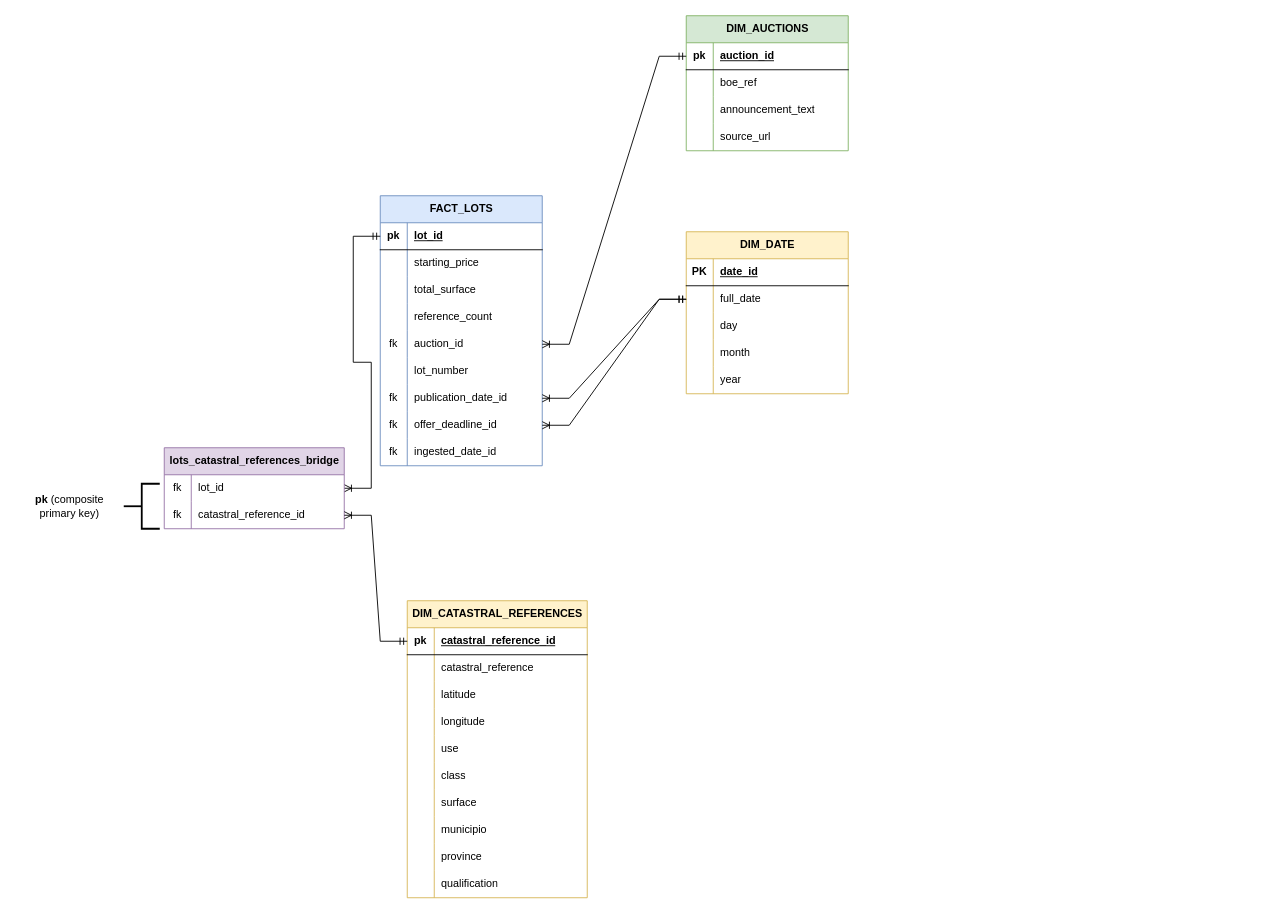
Before: data_modeling/OLAP/3.gold/E-R.drawio in MiguelDonado/subastas_analytics, a draw.io diagram. Source tidied: cells renumbered, new cells numbered last; positions are measured from the earlier drawing's top-left corner, leaving out a move shared by most shapes. Both pictures are drawn from the tidied source at 90%, with x=0, y=0 at pixel (15, 15).
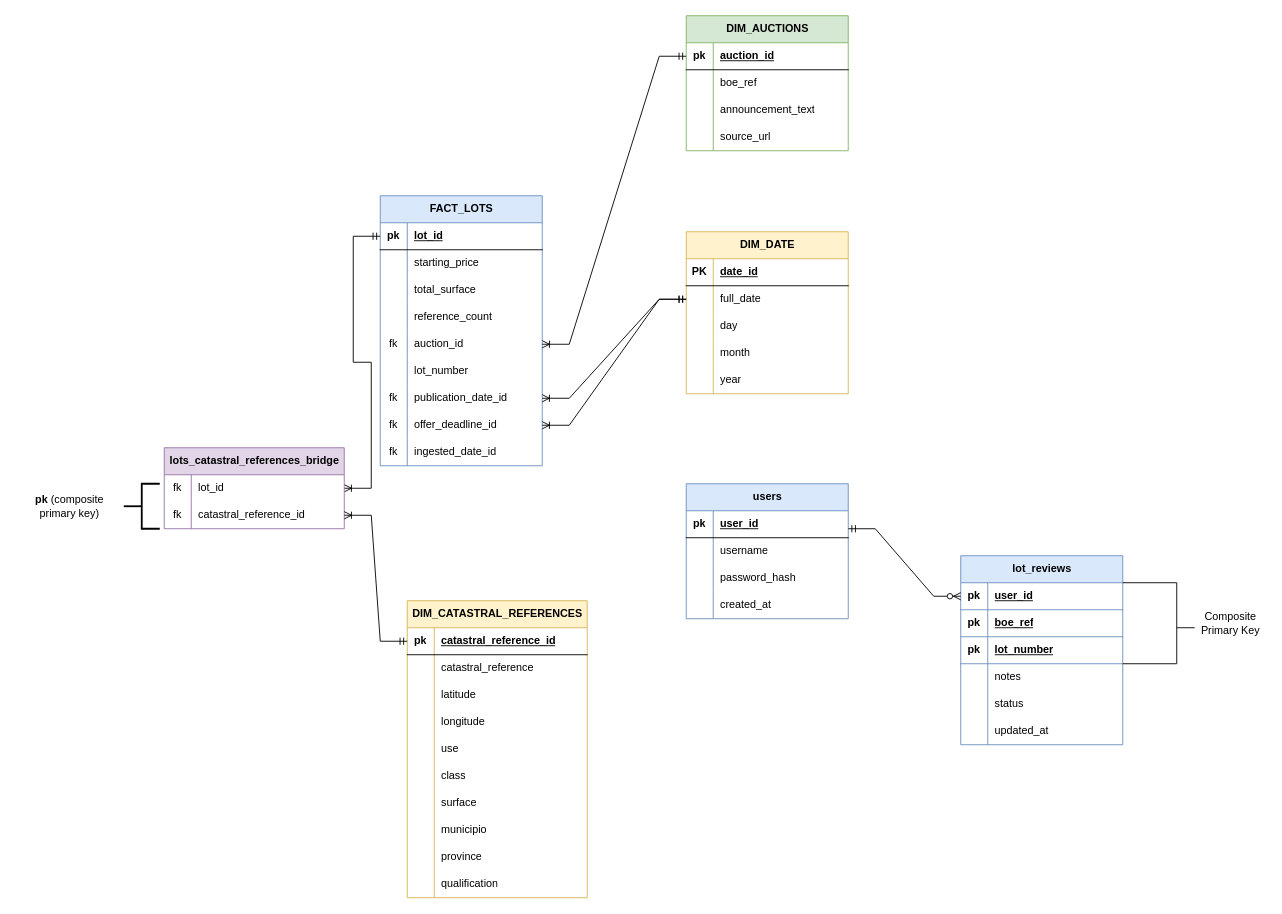
The same diagram, later.

Commit message (it also covers changes not shown here):
add a status column to lot reviews, interested or discarded

Change to the diagram source:
```diff
@@
+    <mxCell id="104" value="users" style="shape=table;startSize=30;childLayout=tableLayout;rowLines=0;fontStyle=1;align=center;html=1;fillColor=#dae8fc;strokeColor=#6c8ebf;" parent="1" vertex="1">
+      <mxGeometry x="745" y="520" width="180" height="150" as="geometry" />
+    </mxCell>
+    <mxCell id="105" style="shape=tableRow;horizontal=0;startSize=0;swimlaneHead=0;swimlaneBody=0;fillColor=none;top=0;left=0;right=0;bottom=1;" parent="104" vertex="1">
+      <mxGeometry y="30" width="180" height="30" as="geometry" />
+    </mxCell>
+    <mxCell id="106" value="pk" style="shape=partialRectangle;fillColor=none;top=0;left=0;bottom=0;right=0;fontStyle=1;overflow=hidden;whiteSpace=wrap;html=1;" parent="105" vertex="1">
+      <mxGeometry width="30" height="30" as="geometry" />
+    </mxCell>
+    <mxCell id="107" value="user_id" style="shape=partialRectangle;fillColor=none;top=0;left=0;bottom=0;right=0;align=left;spacingLeft=6;fontStyle=5;overflow=hidden;whiteSpace=wrap;html=1;" parent="105" vertex="1">
+      <mxGeometry x="30" width="150" height="30" as="geometry" />
+    </mxCell>
+    <mxCell id="108" style="shape=tableRow;horizontal=0;startSize=0;swimlaneHead=0;swimlaneBody=0;fillColor=none;top=0;left=0;right=0;bottom=0;" parent="104" vertex="1">
+      <mxGeometry y="60" width="180" height="30" as="geometry" />
+    </mxCell>
+    <mxCell id="109" style="shape=partialRectangle;fillColor=none;top=0;left=0;bottom=0;right=0;overflow=hidden;whiteSpace=wrap;html=1;" parent="108" vertex="1">
+      <mxGeometry width="30" height="30" as="geometry" />
+    </mxCell>
+    <mxCell id="110" value="username" style="shape=partialRectangle;fillColor=none;top=0;left=0;bottom=0;right=0;align=left;spacingLeft=6;overflow=hidden;whiteSpace=wrap;html=1;" parent="108" vertex="1">
+      <mxGeometry x="30" width="150" height="30" as="geometry" />
+    </mxCell>
+    <mxCell id="111" style="shape=tableRow;horizontal=0;startSize=0;swimlaneHead=0;swimlaneBody=0;fillColor=none;top=0;left=0;right=0;bottom=0;" parent="104" vertex="1">
+      <mxGeometry y="90" width="180" height="30" as="geometry" />
+    </mxCell>
+    <mxCell id="112" style="shape=partialRectangle;fillColor=none;top=0;left=0;bottom=0;right=0;overflow=hidden;whiteSpace=wrap;html=1;" parent="111" vertex="1">
+      <mxGeometry width="30" height="30" as="geometry" />
+    </mxCell>
+    <mxCell id="113" value="password_hash" style="shape=partialRectangle;fillColor=none;top=0;left=0;bottom=0;right=0;align=left;spacingLeft=6;overflow=hidden;whiteSpace=wrap;html=1;" parent="111" vertex="1">
+      <mxGeometry x="30" width="150" height="30" as="geometry" />
+    </mxCell>
+    <mxCell id="114" style="shape=tableRow;horizontal=0;startSize=0;swimlaneHead=0;swimlaneBody=0;fillColor=none;top=0;left=0;right=0;bottom=0;" parent="104" vertex="1">
+      <mxGeometry y="120" width="180" height="30" as="geometry" />
+    </mxCell>
+    <mxCell id="115" style="shape=partialRectangle;fillColor=none;top=0;left=0;bottom=0;right=0;overflow=hidden;whiteSpace=wrap;html=1;" parent="114" vertex="1">
+      <mxGeometry width="30" height="30" as="geometry" />
+    </mxCell>
+    <mxCell id="116" value="created_at" style="shape=partialRectangle;fillColor=none;top=0;left=0;bottom=0;right=0;align=left;spacingLeft=6;overflow=hidden;whiteSpace=wrap;html=1;" parent="114" vertex="1">
+      <mxGeometry x="30" width="150" height="30" as="geometry" />
+    </mxCell>
+    <mxCell id="117" value="lot_reviews" style="shape=table;startSize=30;childLayout=tableLayout;rowLines=0;fontStyle=1;align=center;html=1;fillColor=#dae8fc;strokeColor=#6c8ebf;" parent="1" vertex="1">
+      <mxGeometry x="1050" y="600" width="180" height="210" as="geometry" />
+    </mxCell>
+    <mxCell id="118" style="shape=tableRow;horizontal=0;startSize=0;swimlaneHead=0;swimlaneBody=0;fillColor=none;points=[[0,0.5],[1,0.5]];portConstraint=eastwest;top=0;left=0;right=0;bottom=1;strokeColor=inherit;" parent="117" vertex="1">
+      <mxGeometry y="30" width="180" height="30" as="geometry" />
+    </mxCell>
+    <mxCell id="119" value="pk" style="shape=partialRectangle;fillColor=none;top=0;left=0;bottom=0;right=0;fontStyle=1;overflow=hidden;whiteSpace=wrap;html=1;" parent="118" vertex="1">
+      <mxGeometry width="30" height="30" as="geometry" />
+    </mxCell>
+    <mxCell id="120" value="user_id" style="shape=partialRectangle;fillColor=none;top=0;left=0;bottom=0;right=0;align=left;spacingLeft=6;fontStyle=5;overflow=hidden;whiteSpace=wrap;html=1;strokeColor=inherit;" parent="118" vertex="1">
+      <mxGeometry x="30" width="150" height="30" as="geometry" />
+    </mxCell>
+    <mxCell id="121" style="shape=tableRow;horizontal=0;startSize=0;swimlaneHead=0;swimlaneBody=0;fillColor=none;top=0;left=0;right=0;bottom=1;strokeColor=inherit;" parent="117" vertex="1">
+      <mxGeometry y="60" width="180" height="30" as="geometry" />
+    </mxCell>
+    <mxCell id="122" value="pk" style="shape=partialRectangle;fillColor=none;top=0;left=0;bottom=0;right=0;fontStyle=1;overflow=hidden;whiteSpace=wrap;html=1;" parent="121" vertex="1">
+      <mxGeometry width="30" height="30" as="geometry" />
+    </mxCell>
+    <mxCell id="123" value="boe_ref" style="shape=partialRectangle;fillColor=none;top=0;left=0;bottom=0;right=0;align=left;spacingLeft=6;fontStyle=5;overflow=hidden;whiteSpace=wrap;html=1;strokeColor=inherit;" parent="121" vertex="1">
+      <mxGeometry x="30" width="150" height="30" as="geometry" />
+    </mxCell>
+    <mxCell id="124" style="shape=tableRow;horizontal=0;startSize=0;swimlaneHead=0;swimlaneBody=0;fillColor=none;top=0;left=0;right=0;bottom=1;strokeColor=inherit;" parent="117" vertex="1">
+      <mxGeometry y="90" width="180" height="30" as="geometry" />
+    </mxCell>
+    <mxCell id="125" value="pk" style="shape=partialRectangle;fillColor=none;top=0;left=0;bottom=0;right=0;fontStyle=1;overflow=hidden;whiteSpace=wrap;html=1;" parent="124" vertex="1">
+      <mxGeometry width="30" height="30" as="geometry" />
+    </mxCell>
+    <mxCell id="126" value="lot_number" style="shape=partialRectangle;fillColor=none;top=0;left=0;bottom=0;right=0;align=left;spacingLeft=6;fontStyle=5;overflow=hidden;whiteSpace=wrap;html=1;strokeColor=inherit;" parent="124" vertex="1">
+      <mxGeometry x="30" width="150" height="30" as="geometry" />
+    </mxCell>
+    <mxCell id="127" style="shape=tableRow;horizontal=0;startSize=0;swimlaneHead=0;swimlaneBody=0;fillColor=none;top=0;left=0;right=0;bottom=0;" parent="117" vertex="1">
+      <mxGeometry y="120" width="180" height="30" as="geometry" />
+    </mxCell>
+    <mxCell id="128" style="shape=partialRectangle;fillColor=none;top=0;left=0;bottom=0;right=0;overflow=hidden;whiteSpace=wrap;html=1;" parent="127" vertex="1">
+      <mxGeometry width="30" height="30" as="geometry" />
+    </mxCell>
+    <mxCell id="129" value="notes" style="shape=partialRectangle;fillColor=none;top=0;left=0;bottom=0;right=0;align=left;spacingLeft=6;overflow=hidden;whiteSpace=wrap;html=1;" parent="127" vertex="1">
+      <mxGeometry x="30" width="150" height="30" as="geometry" />
+    </mxCell>
+    <mxCell id="130" style="shape=tableRow;horizontal=0;startSize=0;swimlaneHead=0;swimlaneBody=0;fillColor=none;top=0;left=0;right=0;bottom=0;" parent="117" vertex="1">
+      <mxGeometry y="150" width="180" height="30" as="geometry" />
+    </mxCell>
+    <mxCell id="131" style="shape=partialRectangle;fillColor=none;top=0;left=0;bottom=0;right=0;overflow=hidden;whiteSpace=wrap;html=1;" parent="130" vertex="1">
+      <mxGeometry width="30" height="30" as="geometry" />
+    </mxCell>
+    <mxCell id="132" value="status" style="shape=partialRectangle;fillColor=none;top=0;left=0;bottom=0;right=0;align=left;spacingLeft=6;overflow=hidden;whiteSpace=wrap;html=1;" parent="130" vertex="1">
+      <mxGeometry x="30" width="150" height="30" as="geometry" />
+    </mxCell>
+    <mxCell id="133" style="shape=tableRow;horizontal=0;startSize=0;swimlaneHead=0;swimlaneBody=0;fillColor=none;top=0;left=0;right=0;bottom=0;" parent="117" vertex="1">
+      <mxGeometry y="180" width="180" height="30" as="geometry" />
+    </mxCell>
+    <mxCell id="134" style="shape=partialRectangle;fillColor=none;top=0;left=0;bottom=0;right=0;overflow=hidden;whiteSpace=wrap;html=1;" parent="133" vertex="1">
+      <mxGeometry width="30" height="30" as="geometry" />
+    </mxCell>
+    <mxCell id="135" value="updated_at" style="shape=partialRectangle;fillColor=none;top=0;left=0;bottom=0;right=0;align=left;spacingLeft=6;overflow=hidden;whiteSpace=wrap;html=1;" parent="133" vertex="1">
+      <mxGeometry x="30" width="150" height="30" as="geometry" />
+    </mxCell>
+    <mxCell id="136" style="edgeStyle=entityRelationEdgeStyle;fontSize=12;html=1;endArrow=ERzeroToMany;startArrow=ERmandOne;rounded=0;defaultLabelBackgroundColor=page;labelPadding=0 4;entryX=0;entryY=0.5;entryDx=0;entryDy=0;" parent="1" edge="1" target="118">
+      <mxGeometry relative="1" as="geometry">
+        <mxPoint x="925" y="570" as="sourcePoint" />
+      </mxGeometry>
+    </mxCell>
+    <mxCell id="137" style="endArrow=none;html=1;rounded=0;defaultLabelBackgroundColor=page;labelPadding=0 4;" parent="1" edge="1">
+      <mxGeometry relative="1" as="geometry">
+        <mxPoint x="1230" y="630" as="sourcePoint" />
+        <mxPoint x="1290" y="630" as="targetPoint" />
+      </mxGeometry>
+    </mxCell>
+    <mxCell id="138" style="endArrow=none;html=1;rounded=0;defaultLabelBackgroundColor=page;labelPadding=0 4;" parent="1" edge="1">
+      <mxGeometry relative="1" as="geometry">
+        <mxPoint x="1230" y="720" as="sourcePoint" />
+        <mxPoint x="1290" y="720" as="targetPoint" />
+      </mxGeometry>
+    </mxCell>
+    <mxCell id="139" style="endArrow=none;html=1;rounded=0;defaultLabelBackgroundColor=page;labelPadding=0 4;" parent="1" edge="1">
+      <mxGeometry relative="1" as="geometry">
+        <mxPoint x="1290" y="630" as="sourcePoint" />
+        <mxPoint x="1290" y="720" as="targetPoint" />
+      </mxGeometry>
+    </mxCell>
+    <mxCell id="140" value="Composite Primary Key" style="text;html=1;whiteSpace=wrap;strokeColor=none;fillColor=none;align=center;verticalAlign=middle;rounded=0;" parent="1" vertex="1">
+      <mxGeometry x="1310" y="660" width="80" height="30" as="geometry" />
+    </mxCell>
+    <mxCell id="141" style="endArrow=none;html=1;rounded=0;defaultLabelBackgroundColor=page;labelPadding=0 4;" parent="1" edge="1">
+      <mxGeometry relative="1" as="geometry">
+        <mxPoint x="1290" y="680" as="sourcePoint" />
+        <mxPoint x="1310" y="680" as="targetPoint" />
+      </mxGeometry>
+    </mxCell>
```
